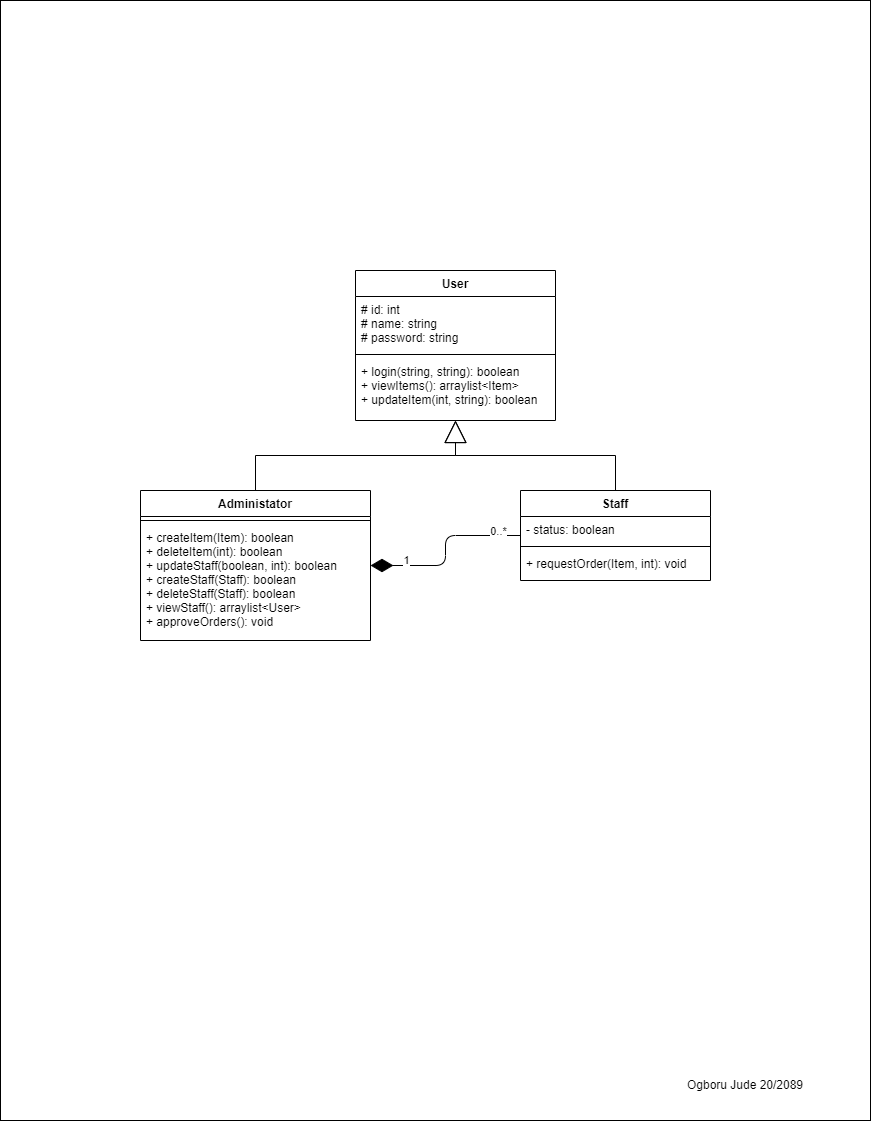
Earlier version of the draw.io export Diagrams/class-user.drawio.png (Jemikemi/Inventory-Sys-SENG-302). Source tidied: cells renumbered, new cells last; positions are measured from the earlier drawing's top-left corner, leaving out a move shared by most shapes.
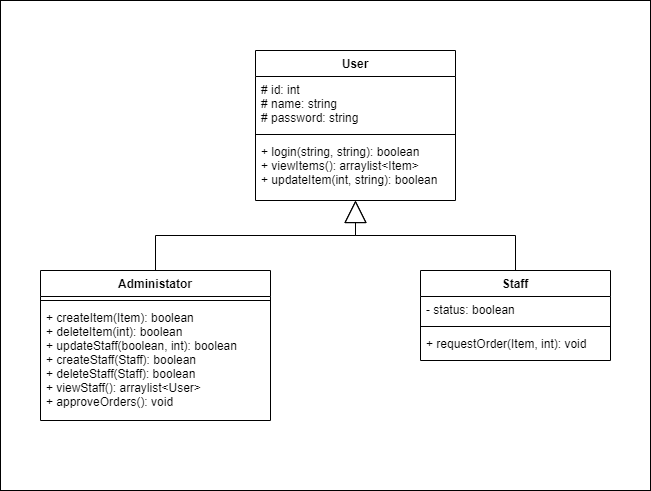
Above is the later version.

Diff of the diagram source:
```diff
@@ -3,7 +3,7 @@
     <mxCell id="0" />
     <mxCell id="1" parent="0" />
     <mxCell id="2" style="rounded=0;whiteSpace=wrap;html=1;" parent="1" vertex="1">
-      <mxGeometry width="870" height="1120" as="geometry" />
+      <mxGeometry x="100" y="220" width="650" height="490" as="geometry" />
     </mxCell>
     <mxCell id="3" value="User" style="swimlane;fontStyle=1;align=center;verticalAlign=top;horizontal=1;startSize=26;" parent="1" vertex="1">
       <mxGeometry x="355" y="270" width="200" height="150" as="geometry" />
@@ -20,19 +20,6 @@
     <mxCell id="7" style="edgeStyle=orthogonalEdgeStyle;html=1;rounded=0;endArrow=block;endFill=0;endSize=20;" parent="1" edge="1" source="11" target="3">
       <mxGeometry relative="1" as="geometry" />
     </mxCell>
-    <mxCell id="8" style="html=1;startArrow=diamondThin;startFill=1;endArrow=none;endFill=0;startSize=20;endSize=20;edgeStyle=orthogonalEdgeStyle;rounded=1;" parent="1" edge="1" source="11" target="15">
-      <mxGeometry relative="1" as="geometry" />
-    </mxCell>
-    <mxCell id="9" value="1" style="edgeLabel;html=1;align=center;verticalAlign=middle;" parent="8" vertex="1">
-      <mxGeometry x="-0.61" y="-1" relative="1" as="geometry">
-        <mxPoint y="-7" as="offset" />
-      </mxGeometry>
-    </mxCell>
-    <mxCell id="10" value="0..*" style="edgeLabel;html=1;align=center;verticalAlign=middle;" parent="8" vertex="1">
-      <mxGeometry x="0.83" relative="1" as="geometry">
-        <mxPoint x="-7" y="-5" as="offset" />
-      </mxGeometry>
-    </mxCell>
     <mxCell id="11" value="Administator" style="swimlane;fontStyle=1;align=center;verticalAlign=top;horizontal=1;startSize=26;" parent="1" vertex="1">
       <mxGeometry x="140" y="490" width="230" height="150" as="geometry" />
     </mxCell>
@@ -57,8 +44,5 @@
     <mxCell id="18" value="+ requestOrder(Item, int): void" style="text;strokeColor=none;fillColor=none;align=left;verticalAlign=top;spacingLeft=4;spacingRight=4;overflow=hidden;" parent="15" vertex="1">
       <mxGeometry y="60" width="190" height="30" as="geometry" />
     </mxCell>
-    <mxCell id="19" value="Ogboru Jude 20/2089" style="text;html=1;strokeColor=none;fillColor=none;align=center;verticalAlign=middle;whiteSpace=wrap;rounded=0;" parent="1" vertex="1">
-      <mxGeometry x="640" y="1070" width="210" height="30" as="geometry" />
-    </mxCell>
   </root>
 </mxGraphModel>
```
